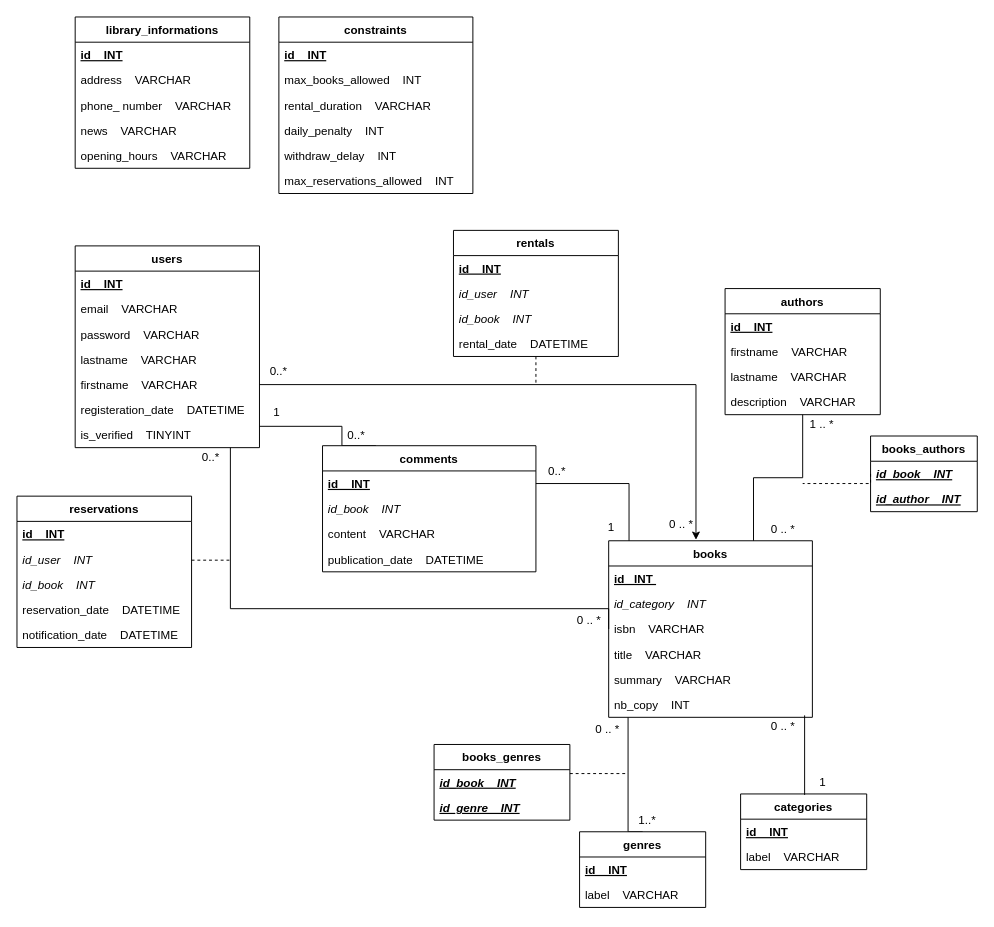
The draw.io diagram page "MPD" (5 of 6) of docs/library_store.drawio in pptech-ds/CDA-JS-LIbrary-Store, before the edit. Source tidied: cells renumbered, new cells numbered last; positions are measured from the earlier drawing's top-left corner, leaving out a move shared by most shapes. Both pictures are drawn from the tidied source at 97%, with x=0, y=0 at pixel (16, 16).
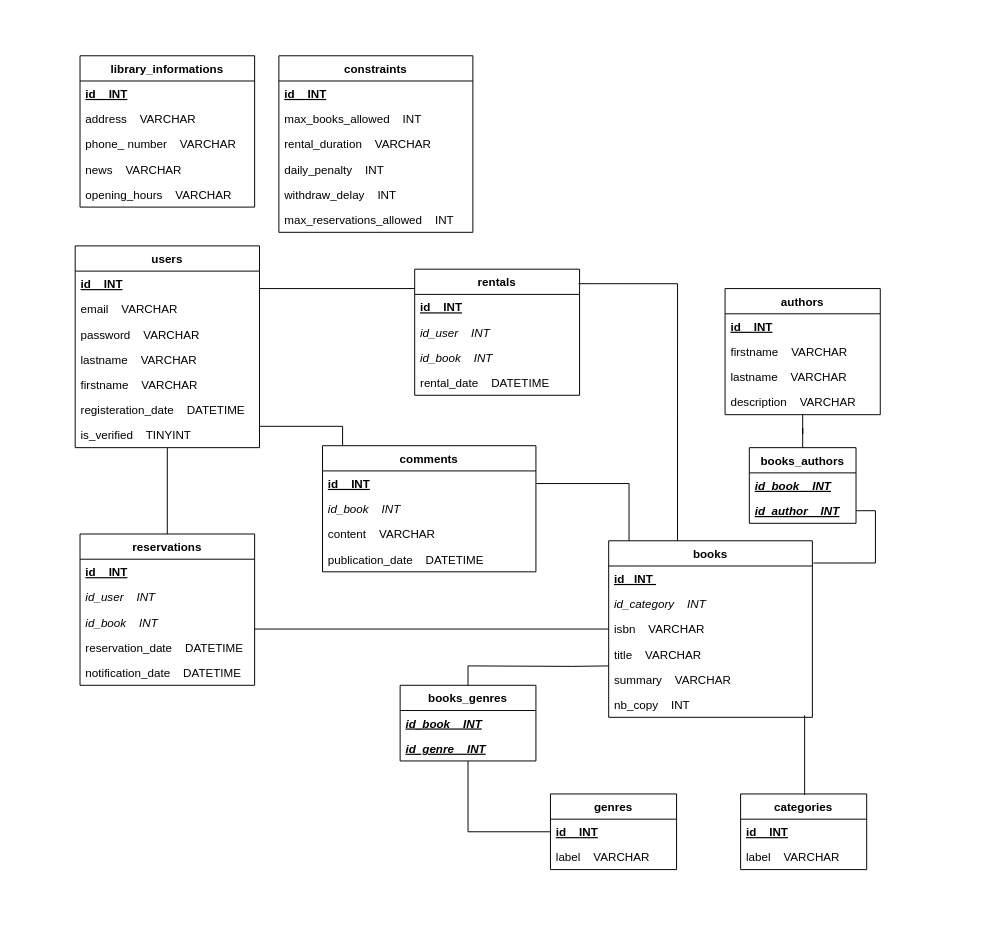
The same diagram, later.

Unchanged cells that the change refers to:
```xml
<mxCell id="3" value="users" style="swimlane;fontStyle=1;align=center;verticalAlign=top;horizontal=1;startSize=26;" parent="1" vertex="1">
  <mxGeometry x="60" y="236" width="190" height="208" as="geometry" />
</mxCell>
<mxCell id="8" value="firstname    VARCHAR&#10;  " style="text;strokeColor=none;fillColor=none;align=left;verticalAlign=top;spacingLeft=4;spacingRight=4;overflow=hidden;points=[[0,0.5],[1,0.5]];portConstraint=eastwest;" parent="3" vertex="1">
  <mxGeometry y="130" width="190" height="26" as="geometry" />
</mxCell>
<mxCell id="13" value="books" style="swimlane;fontStyle=1;align=center;verticalAlign=top;horizontal=1;startSize=26;" parent="1" vertex="1">
  <mxGeometry x="610" y="540" width="210" height="182" as="geometry" />
</mxCell>
<mxCell id="16" value="isbn    VARCHAR" style="text;strokeColor=none;fillColor=none;align=left;verticalAlign=top;spacingLeft=4;spacingRight=4;overflow=hidden;points=[[0,0.5],[1,0.5]];portConstraint=eastwest;" parent="13" vertex="1">
  <mxGeometry y="78" width="210" height="26" as="geometry" />
</mxCell>
<mxCell id="33" value="authors" style="swimlane;fontStyle=1;align=center;verticalAlign=top;horizontal=1;startSize=26;" parent="1" vertex="1">
  <mxGeometry x="730" y="280" width="160" height="130" as="geometry" />
</mxCell>
<mxCell id="76" value="id_author    INT " style="text;strokeColor=none;fillColor=none;align=left;verticalAlign=top;spacingLeft=4;spacingRight=4;overflow=hidden;points=[[0,0.5],[1,0.5]];portConstraint=eastwest;fontStyle=7;" parent="74" vertex="1">
  <mxGeometry y="52" width="110" height="26" as="geometry" />
</mxCell>
<mxCell id="78" value="comments " style="swimlane;fontStyle=1;align=center;verticalAlign=top;horizontal=1;startSize=26;" parent="1" vertex="1">
  <mxGeometry x="315" y="442" width="220" height="130" as="geometry" />
</mxCell>
<mxCell id="79" value="id    INT " style="text;strokeColor=none;fillColor=none;align=left;verticalAlign=top;spacingLeft=4;spacingRight=4;overflow=hidden;points=[[0,0.5],[1,0.5]];portConstraint=eastwest;fontStyle=5;" parent="78" vertex="1">
  <mxGeometry y="26" width="220" height="26" as="geometry" />
</mxCell>
```

Diff of the diagram source:
```diff
@@
-    <mxCell id="2" style="edgeStyle=orthogonalEdgeStyle;rounded=0;jettySize=auto;html=1;endArrow=classic;endFill=1;exitX=1;exitY=0.5;exitDx=0;exitDy=0;" parent="1" edge="1" source="8">
-      <mxGeometry relative="1" as="geometry">
-        <mxPoint x="700" y="539" as="targetPoint" />
-        <Array as="points">
-          <mxPoint x="700" y="379" />
-        </Array>
-      </mxGeometry>
-    </mxCell>
@@
-    <mxCell id="11" style="edgeStyle=orthogonalEdgeStyle;rounded=0;jettySize=auto;html=1;entryX=0.5;entryY=0;entryDx=0;entryDy=0;endArrow=none;endFill=0;" parent="1" edge="1" source="13" target="24">
-      <mxGeometry relative="1" as="geometry">
-        <Array as="points">
-          <mxPoint x="630" y="840" />
-        </Array>
-      </mxGeometry>
-    </mxCell>
-    <mxCell id="12" style="edgeStyle=orthogonalEdgeStyle;rounded=0;jettySize=auto;html=1;exitX=1.036;exitY=1.621;exitDx=0;exitDy=0;fontSize=23.3;startArrow=none;startFill=0;endArrow=none;endFill=0;exitPerimeter=0;entryX=1;entryY=0.5;entryDx=0;entryDy=0;" parent="1" edge="1" source="85" target="79">
+    <mxCell id="12" style="edgeStyle=orthogonalEdgeStyle;rounded=0;jettySize=auto;html=1;exitX=1.036;exitY=1.621;exitDx=0;exitDy=0;fontSize=23.3;startArrow=none;startFill=0;endArrow=none;endFill=0;exitPerimeter=0;entryX=1;entryY=0.5;entryDx=0;entryDy=0;" parent="1" edge="1" target="79">
       <mxGeometry relative="1" as="geometry">
+        <mxPoint x="634.4" y="548.4" as="sourcePoint" />
         <Array as="points">
           <mxPoint x="631" y="481" />
         </Array>
       </mxGeometry>
     </mxCell>
@@
-    <mxCell id="20" value="0 .. *" style="text;html=1;strokeColor=none;fillColor=none;align=center;verticalAlign=middle;whiteSpace=wrap;rounded=0;" parent="1" vertex="1">
-      <mxGeometry x="665" y="513" width="40" height="20" as="geometry" />
-    </mxCell>
@@
+    <mxCell id="88" style="edgeStyle=orthogonalEdgeStyle;rounded=0;jettySize=auto;html=1;exitX=0;exitY=0.5;exitDx=0;exitDy=0;endArrow=none;endFill=0;" parent="1" edge="1" source="24" target="39">
+      <mxGeometry relative="1" as="geometry" />
+    </mxCell>
     <mxCell id="24" value="genres" style="swimlane;fontStyle=1;align=center;verticalAlign=top;horizontal=1;startSize=26;" parent="1" vertex="1">
-      <mxGeometry x="580" y="840" width="130" height="78" as="geometry" />
+      <mxGeometry x="550" y="801" width="130" height="78" as="geometry" />
     </mxCell>
@@
-    <mxCell id="28" value="1" style="text;html=1;strokeColor=none;fillColor=none;align=center;verticalAlign=middle;whiteSpace=wrap;rounded=0;" parent="1" vertex="1">
-      <mxGeometry x="811" y="779" width="40" height="20" as="geometry" />
-    </mxCell>
-    <mxCell id="29" value="1..*" style="text;html=1;strokeColor=none;fillColor=none;align=center;verticalAlign=middle;whiteSpace=wrap;rounded=0;" parent="1" vertex="1">
-      <mxGeometry x="630" y="818" width="40" height="20" as="geometry" />
-    </mxCell>
-    <mxCell id="30" value="0 .. *" style="text;html=1;strokeColor=none;fillColor=none;align=center;verticalAlign=middle;whiteSpace=wrap;rounded=0;" parent="1" vertex="1">
-      <mxGeometry x="770" y="722" width="40" height="20" as="geometry" />
-    </mxCell>
-    <mxCell id="31" value="0 .. *" style="text;html=1;strokeColor=none;fillColor=none;align=center;verticalAlign=middle;whiteSpace=wrap;rounded=0;" parent="1" vertex="1">
-      <mxGeometry x="589" y="725" width="40" height="20" as="geometry" />
-    </mxCell>
-    <mxCell id="32" style="edgeStyle=orthogonalEdgeStyle;rounded=0;jettySize=auto;html=1;exitX=0.5;exitY=1;exitDx=0;exitDy=0;fontSize=23.3;startArrow=none;startFill=0;endArrow=none;endFill=0;entryX=0.711;entryY=0;entryDx=0;entryDy=0;entryPerimeter=0;" parent="1" edge="1" source="33" target="13">
-      <mxGeometry relative="1" as="geometry" />
-    </mxCell>
@@
-    <mxCell id="38" value="0..*" style="text;html=1;strokeColor=none;fillColor=none;align=center;verticalAlign=middle;whiteSpace=wrap;rounded=0;" parent="1" vertex="1">
-      <mxGeometry x="250" y="356" width="40" height="20" as="geometry" />
-    </mxCell>
     <mxCell id="39" value="books_genres" style="swimlane;fontStyle=1;align=center;verticalAlign=top;horizontal=1;startSize=26;" parent="1" vertex="1">
-      <mxGeometry x="430" y="750" width="140" height="78" as="geometry" />
+      <mxGeometry x="395" y="689" width="140" height="78" as="geometry" />
     </mxCell>
@@
-    <mxCell id="42" style="endArrow=none;dashed=1;html=1;rounded=0;" parent="1" edge="1">
-      <mxGeometry relative="1" as="geometry">
-        <mxPoint x="570" y="780" as="sourcePoint" />
-        <mxPoint x="630" y="780" as="targetPoint" />
-      </mxGeometry>
-    </mxCell>
-    <mxCell id="43" value="1 .. *" style="text;html=1;strokeColor=none;fillColor=none;align=center;verticalAlign=middle;whiteSpace=wrap;rounded=0;" parent="1" vertex="1">
-      <mxGeometry x="810" y="410" width="40" height="20" as="geometry" />
-    </mxCell>
-    <mxCell id="44" style="edgeStyle=orthogonalEdgeStyle;rounded=0;jettySize=auto;html=1;exitX=0.5;exitY=1;exitDx=0;exitDy=0;fontSize=23.3;startArrow=none;startFill=0;endArrow=none;endFill=0;dashed=1;" parent="1" edge="1" source="45">
-      <mxGeometry relative="1" as="geometry">
-        <mxPoint x="535" y="380" as="targetPoint" />
-      </mxGeometry>
-    </mxCell>
     <mxCell id="45" value="rentals" style="swimlane;fontStyle=1;align=center;verticalAlign=top;horizontal=1;startSize=26;" parent="1" vertex="1">
-      <mxGeometry x="450" y="220" width="170" height="130" as="geometry" />
+      <mxGeometry x="410" y="260" width="170" height="130" as="geometry" />
     </mxCell>
@@
     <mxCell id="50" value="library_informations" style="swimlane;fontStyle=1;align=center;verticalAlign=top;horizontal=1;startSize=26;" parent="1" vertex="1">
-      <mxGeometry x="60" width="180" height="156" as="geometry" />
+      <mxGeometry x="65" y="40" width="180" height="156" as="geometry" />
     </mxCell>
@@
-    <mxCell id="56" style="edgeStyle=orthogonalEdgeStyle;rounded=0;orthogonalLoop=1;jettySize=auto;html=1;fontSize=23.3;startArrow=none;startFill=0;endArrow=none;endFill=0;dashed=1;" parent="1" edge="1">
-      <mxGeometry relative="1" as="geometry">
-        <mxPoint x="180" y="560" as="sourcePoint" />
-        <mxPoint x="220" y="560" as="targetPoint" />
-        <Array as="points">
-          <mxPoint x="210" y="560" />
-          <mxPoint x="210" y="560" />
-        </Array>
-      </mxGeometry>
-    </mxCell>
+    <mxCell id="89" style="edgeStyle=orthogonalEdgeStyle;rounded=0;jettySize=auto;html=1;exitX=0.5;exitY=0;exitDx=0;exitDy=0;endArrow=none;endFill=0;" parent="1" edge="1" source="57" target="3">
+      <mxGeometry relative="1" as="geometry" />
+    </mxCell>
     <mxCell id="57" value="reservations" style="swimlane;fontStyle=1;align=center;verticalAlign=top;horizontal=1;startSize=26;" parent="1" vertex="1">
-      <mxGeometry y="494" width="180" height="156" as="geometry" />
+      <mxGeometry x="65" y="533" width="180" height="156" as="geometry" />
     </mxCell>
@@
-    <mxCell id="63" style="edgeStyle=orthogonalEdgeStyle;rounded=0;jettySize=auto;html=1;fontSize=23.3;startArrow=none;startFill=0;endArrow=none;endFill=0;entryX=0;entryY=0.5;entryDx=0;entryDy=0;" parent="1" edge="1" source="3" target="16">
-      <mxGeometry relative="1" as="geometry">
-        <Array as="points">
-          <mxPoint x="220" y="610" />
-          <mxPoint x="610" y="610" />
-        </Array>
-      </mxGeometry>
-    </mxCell>
     <mxCell id="64" value="constraints" style="swimlane;fontStyle=1;align=center;verticalAlign=top;horizontal=1;startSize=26;" parent="1" vertex="1">
-      <mxGeometry x="270" width="200" height="182" as="geometry" />
+      <mxGeometry x="270" y="40" width="200" height="182" as="geometry" />
     </mxCell>
@@
-    <mxCell id="71" value="0..*" style="text;html=1;strokeColor=none;fillColor=none;align=center;verticalAlign=middle;whiteSpace=wrap;rounded=0;" parent="1" vertex="1">
-      <mxGeometry x="180" y="444" width="40" height="20" as="geometry" />
-    </mxCell>
-    <mxCell id="72" value="0 .. *" style="text;html=1;strokeColor=none;fillColor=none;align=center;verticalAlign=middle;whiteSpace=wrap;rounded=0;" parent="1" vertex="1">
-      <mxGeometry x="570" y="612" width="40" height="20" as="geometry" />
-    </mxCell>
-    <mxCell id="73" style="edgeStyle=orthogonalEdgeStyle;rounded=0;jettySize=auto;html=1;exitX=0;exitY=0.5;exitDx=0;exitDy=0;fontSize=23.3;startArrow=none;startFill=0;endArrow=none;endFill=0;dashed=1;" parent="1" edge="1" source="74">
-      <mxGeometry relative="1" as="geometry">
-        <mxPoint x="810" y="481" as="targetPoint" />
-        <Array as="points">
-          <mxPoint x="870" y="481" />
-          <mxPoint x="870" y="481" />
-        </Array>
-      </mxGeometry>
-    </mxCell>
+    <mxCell id="90" style="edgeStyle=orthogonalEdgeStyle;rounded=0;jettySize=auto;html=1;exitX=0.5;exitY=0;exitDx=0;exitDy=0;endArrow=none;endFill=0;" parent="1" edge="1" source="74" target="33">
+      <mxGeometry relative="1" as="geometry" />
+    </mxCell>
     <mxCell id="74" value="books_authors" style="swimlane;fontStyle=1;align=center;verticalAlign=top;horizontal=1;startSize=26;" parent="1" vertex="1">
-      <mxGeometry x="880" y="432" width="110" height="78" as="geometry" />
+      <mxGeometry x="755" y="444" width="110" height="78" as="geometry" />
     </mxCell>
@@
-    <mxCell id="77" style="edgeStyle=orthogonalEdgeStyle;rounded=0;jettySize=auto;html=1;exitX=0.25;exitY=0;exitDx=0;exitDy=0;fontSize=23.3;startArrow=none;startFill=0;endArrow=none;endFill=0;" parent="1" edge="1" source="78">
+    <mxCell id="77" style="edgeStyle=orthogonalEdgeStyle;rounded=0;jettySize=auto;html=1;exitX=0.094;exitY=0.014;exitDx=0;exitDy=0;fontSize=23.3;startArrow=none;startFill=0;endArrow=none;endFill=0;exitPerimeter=0;" parent="1" edge="1" source="78">
       <mxGeometry relative="1" as="geometry">
         <mxPoint x="250" y="422" as="targetPoint" />
         <Array as="points">
-          <mxPoint x="335" y="422" />
+          <mxPoint x="336" y="422" />
         </Array>
       </mxGeometry>
     </mxCell>
@@
-    <mxCell id="83" value="0..*" style="text;html=1;strokeColor=none;fillColor=none;align=center;verticalAlign=middle;whiteSpace=wrap;rounded=0;" parent="1" vertex="1">
-      <mxGeometry x="330" y="422" width="40" height="20" as="geometry" />
-    </mxCell>
-    <mxCell id="84" value="1" style="text;html=1;strokeColor=none;fillColor=none;align=center;verticalAlign=middle;whiteSpace=wrap;rounded=0;" parent="1" vertex="1">
-      <mxGeometry x="248" y="398" width="40" height="20" as="geometry" />
-    </mxCell>
-    <mxCell id="85" value="1" style="text;html=1;strokeColor=none;fillColor=none;align=center;verticalAlign=middle;whiteSpace=wrap;rounded=0;" parent="1" vertex="1">
-      <mxGeometry x="593" y="516" width="40" height="20" as="geometry" />
-    </mxCell>
-    <mxCell id="86" value="0..*" style="text;html=1;strokeColor=none;fillColor=none;align=center;verticalAlign=middle;whiteSpace=wrap;rounded=0;" parent="1" vertex="1">
-      <mxGeometry x="537" y="459" width="40" height="20" as="geometry" />
-    </mxCell>
-    <mxCell id="87" value="0 .. *" style="text;html=1;strokeColor=none;fillColor=none;align=center;verticalAlign=middle;whiteSpace=wrap;rounded=0;" parent="1" vertex="1">
-      <mxGeometry x="770" y="518" width="40" height="20" as="geometry" />
-    </mxCell>
+    <mxCell id="91" style="edgeStyle=orthogonalEdgeStyle;rounded=0;jettySize=auto;html=1;endArrow=none;endFill=0;" parent="1" edge="1" target="13">
+      <mxGeometry relative="1" as="geometry">
+        <mxPoint x="245" y="631" as="sourcePoint" />
+        <Array as="points">
+          <mxPoint x="245" y="631" />
+        </Array>
+      </mxGeometry>
+    </mxCell>
+    <mxCell id="92" style="edgeStyle=orthogonalEdgeStyle;rounded=0;jettySize=auto;html=1;exitX=1;exitY=0.5;exitDx=0;exitDy=0;endArrow=none;endFill=0;entryX=1.005;entryY=0.126;entryDx=0;entryDy=0;entryPerimeter=0;" parent="1" edge="1" source="76" target="13">
+      <mxGeometry relative="1" as="geometry">
+        <Array as="points">
+          <mxPoint x="885" y="509" />
+          <mxPoint x="885" y="563" />
+        </Array>
+      </mxGeometry>
+    </mxCell>
+    <mxCell id="93" style="edgeStyle=orthogonalEdgeStyle;rounded=0;orthogonalLoop=1;jettySize=auto;html=1;endArrow=none;endFill=0;" parent="1" edge="1">
+      <mxGeometry relative="1" as="geometry">
+        <mxPoint x="250" y="280" as="sourcePoint" />
+        <mxPoint x="410" y="280" as="targetPoint" />
+        <Array as="points">
+          <mxPoint x="250" y="280" />
+        </Array>
+      </mxGeometry>
+    </mxCell>
+    <mxCell id="94" style="edgeStyle=orthogonalEdgeStyle;rounded=0;jettySize=auto;html=1;exitX=0.994;exitY=0.115;exitDx=0;exitDy=0;endArrow=none;endFill=0;entryX=0.338;entryY=0;entryDx=0;entryDy=0;entryPerimeter=0;exitPerimeter=0;" parent="1" edge="1" source="45" target="13">
+      <mxGeometry relative="1" as="geometry" />
+    </mxCell>
+    <mxCell id="95" style="edgeStyle=orthogonalEdgeStyle;rounded=0;jettySize=auto;html=1;entryX=0.5;entryY=0;entryDx=0;entryDy=0;endArrow=none;endFill=0;" parent="1" edge="1" target="39">
+      <mxGeometry relative="1" as="geometry">
+        <mxPoint x="610" y="669" as="sourcePoint" />
+      </mxGeometry>
+    </mxCell>
```
